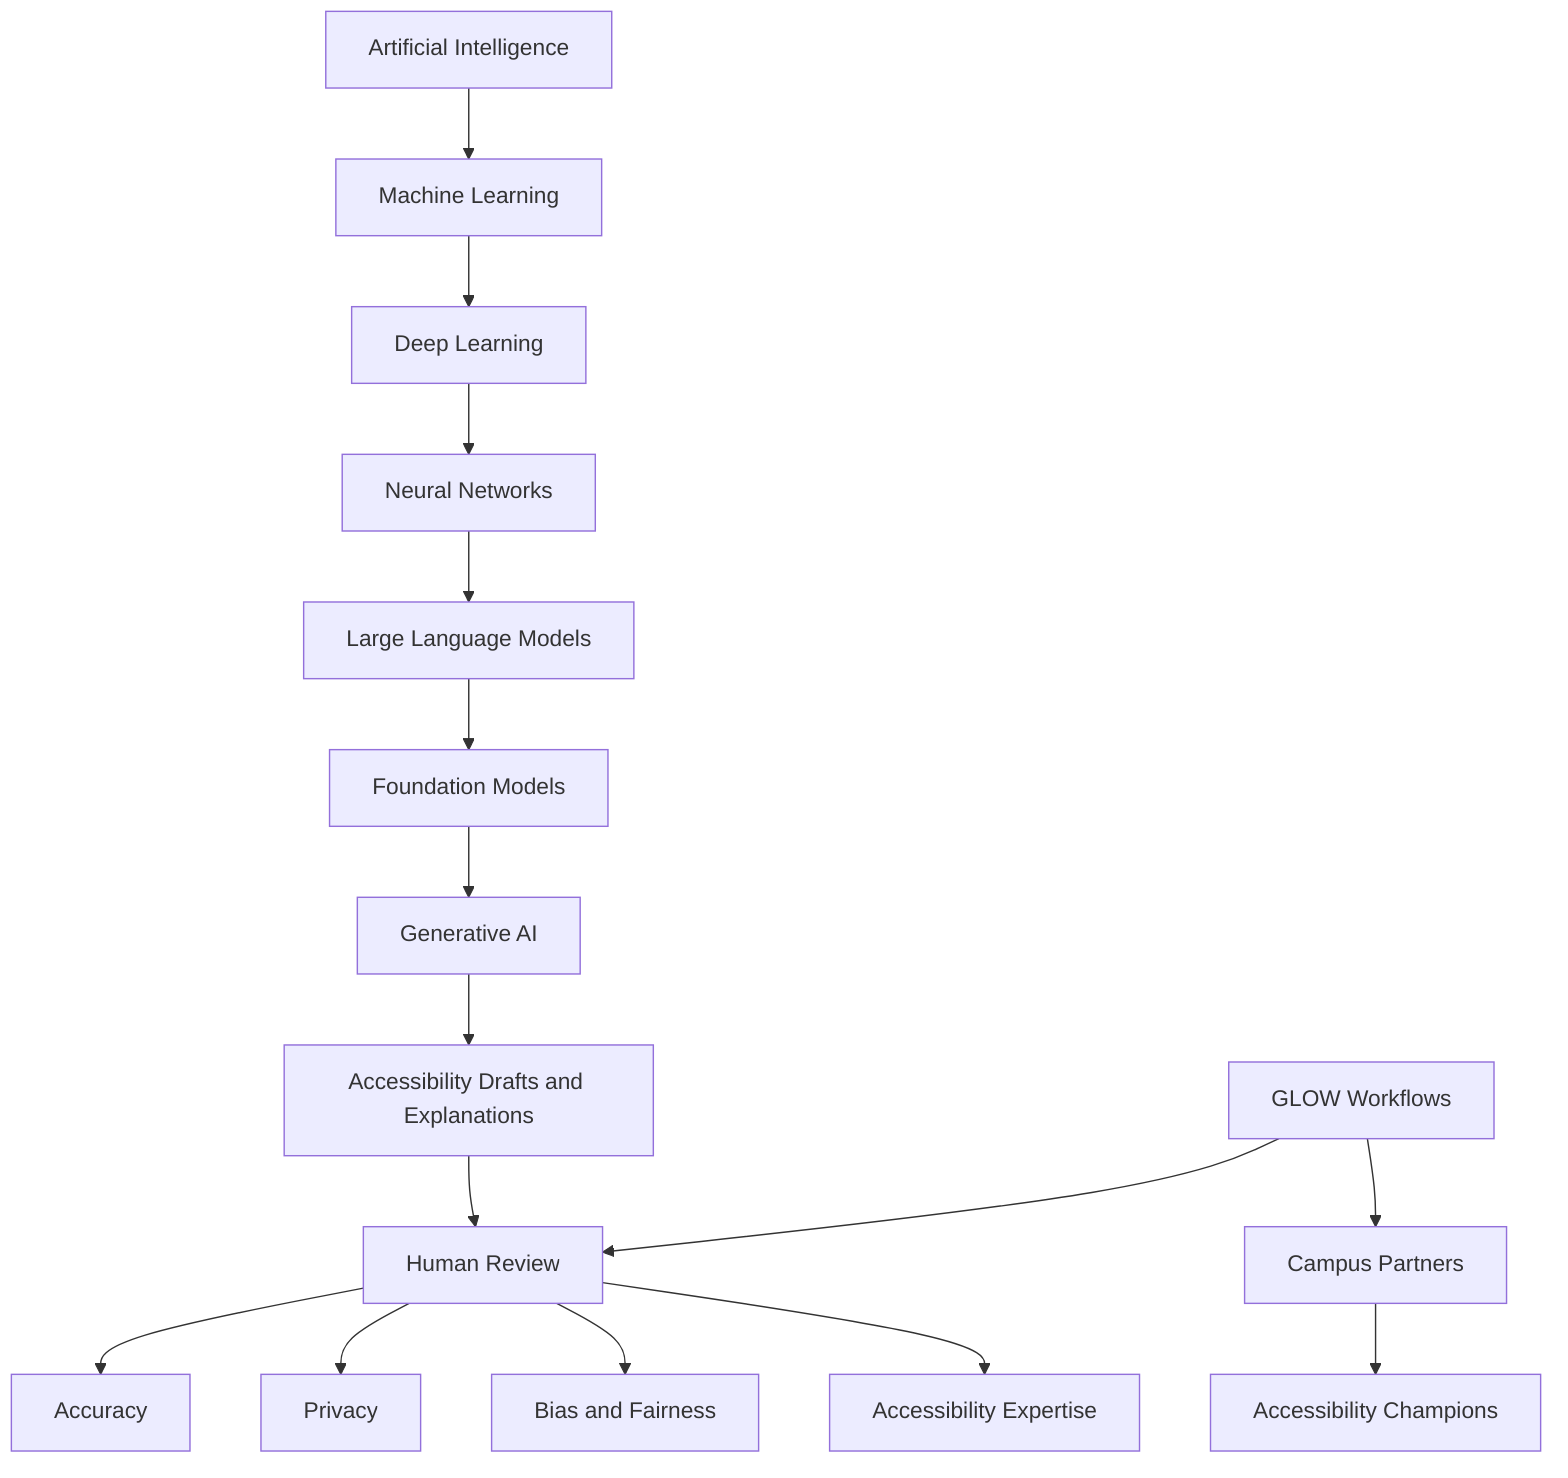
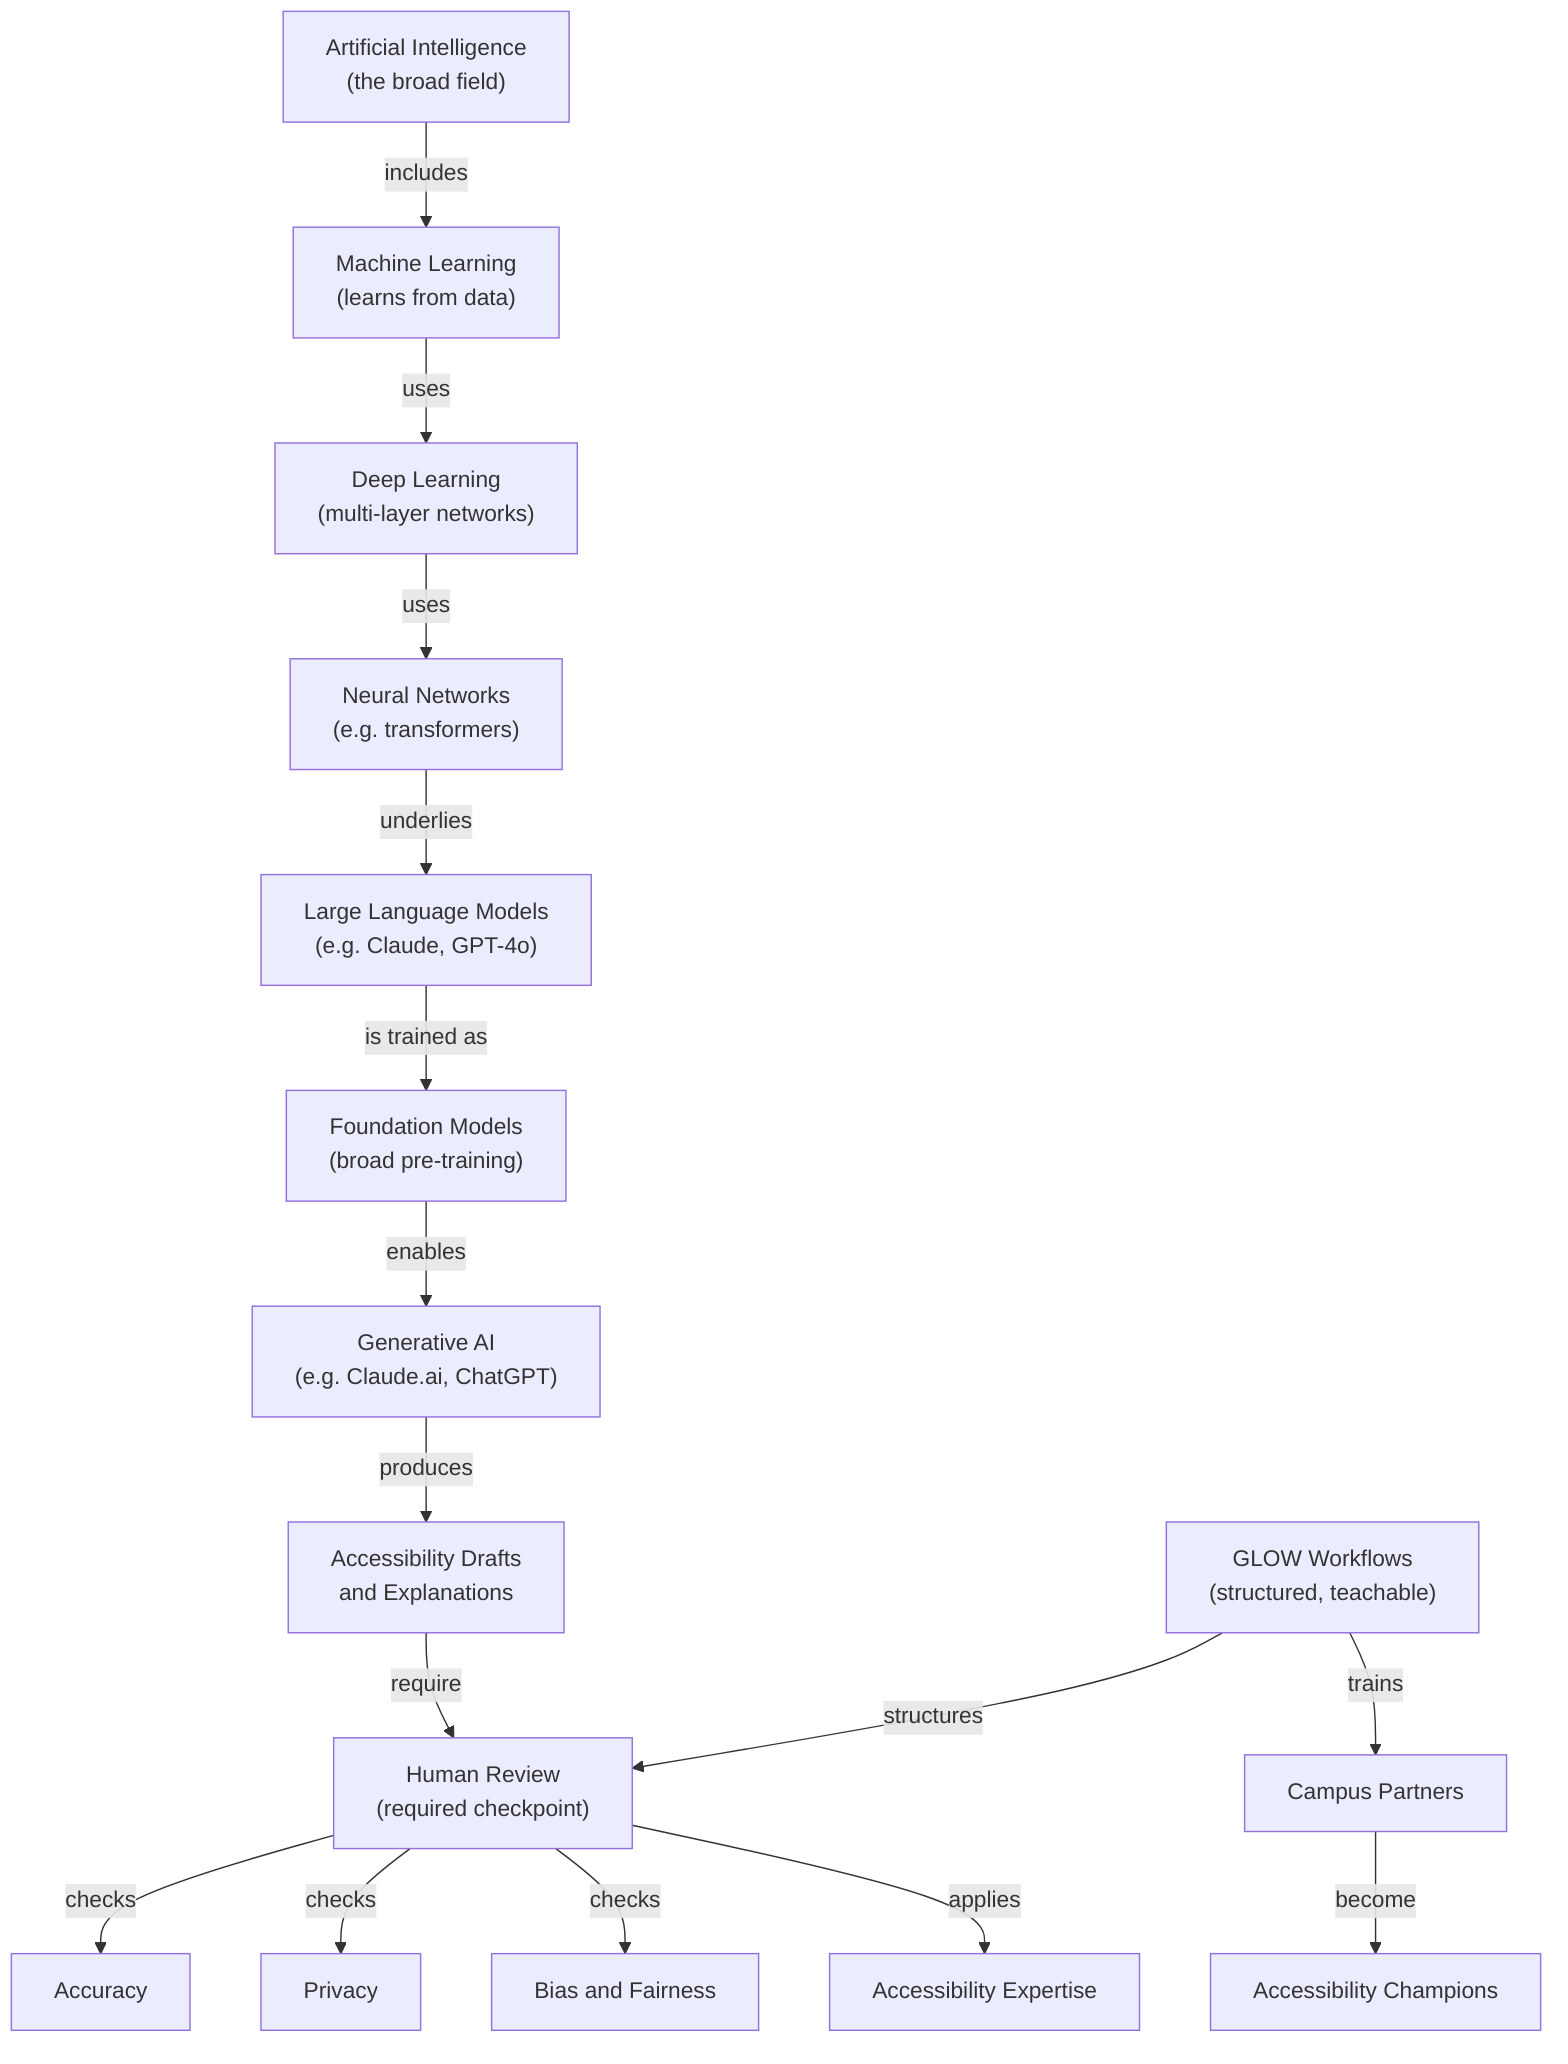
flowchart TD
    accTitle: AI to accessibility champion concept map
    accDescr {
        A concept map for Module 1. A single technical spine runs from
        Artificial Intelligence to Machine Learning to Deep Learning to
        Neural Networks to Large Language Models to Foundation Models to
-         Generative AI. Generative AI produces accessibility drafts and
+         Generative AI, with each step representing a narrower subset or
+         application. Generative AI produces accessibility drafts and
        explanations, which always pass through Human Review. Human Review
        branches into Accuracy, Privacy, Bias and Fairness, and Accessibility
        Expertise. GLOW workflows feed into Human Review and reach Campus
-         Partners, who go on to become Accessibility Champions. The center of
-         the map is human-centered accessibility capacity building, not the AI
-         model.
+         Partners, who become Accessibility Champions. The center of the map
+         is human-centered accessibility capacity building, not the AI model.
    }
-     AI[Artificial Intelligence] --> ML[Machine Learning]
-     ML --> DL[Deep Learning]
-     DL --> NN[Neural Networks]
-     NN --> LLM[Large Language Models]
-     LLM --> FM[Foundation Models]
-     FM --> GenAI[Generative AI]
-     GenAI --> Drafts[Accessibility Drafts and Explanations]
-     Drafts --> HumanReview[Human Review]
-     HumanReview --> Accuracy[Accuracy]
-     HumanReview --> Privacy[Privacy]
-     HumanReview --> Bias[Bias and Fairness]
-     HumanReview --> Access[Accessibility Expertise]
-     GLOW[GLOW Workflows] --> HumanReview
-     GLOW --> Partners[Campus Partners]
-     Partners --> Champions[Accessibility Champions]
+     AI["Artificial Intelligence\n(the broad field)"]
+     ML["Machine Learning\n(learns from data)"]
+     DL["Deep Learning\n(multi-layer networks)"]
+     NN["Neural Networks\n(e.g. transformers)"]
+     LLM["Large Language Models\n(e.g. Claude, GPT-4o)"]
+     FM["Foundation Models\n(broad pre-training)"]
+     GenAI["Generative AI\n(e.g. Claude.ai, ChatGPT)"]
+     Drafts["Accessibility Drafts\nand Explanations"]
+     HumanReview["Human Review\n(required checkpoint)"]
+     Accuracy["Accuracy"]
+     Privacy["Privacy"]
+     Bias["Bias and Fairness"]
+     Access["Accessibility Expertise"]
+     GLOW["GLOW Workflows\n(structured, teachable)"]
+     Partners["Campus Partners"]
+     Champions["Accessibility Champions"]
+ 
+     AI -->|includes| ML
+     ML -->|uses| DL
+     DL -->|uses| NN
+     NN -->|underlies| LLM
+     LLM -->|is trained as| FM
+     FM -->|enables| GenAI
+     GenAI -->|produces| Drafts
+     Drafts -->|require| HumanReview
+     HumanReview -->|checks| Accuracy
+     HumanReview -->|checks| Privacy
+     HumanReview -->|checks| Bias
+     HumanReview -->|applies| Access
+     GLOW -->|structures| HumanReview
+     GLOW -->|trains| Partners
+     Partners -->|become| Champions
